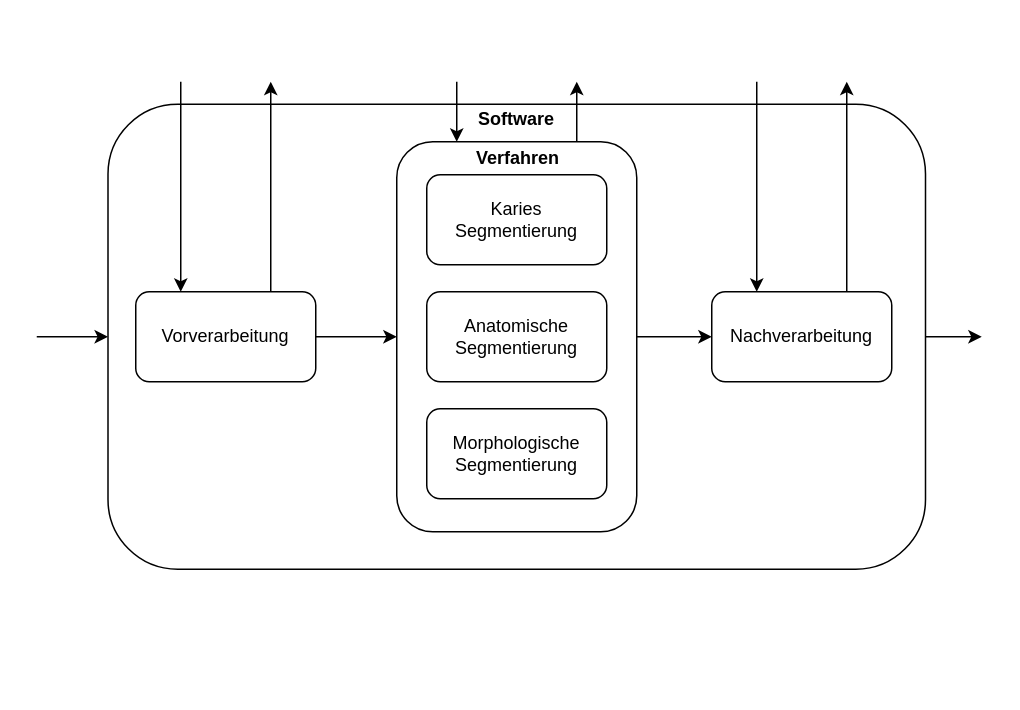
This is page "Bearbeitungsstruktur" (6 of 7) of diagrams/3d_slicer_extension-3-3.drawio from lukaskonietzka/abschlussarbeit, a draw.io file, before an edit. Source tidied: cells renumbered, new cells numbered last; positions are measured from the earlier drawing's top-left corner, leaving out a move shared by most shapes. Both pictures are drawn from the tidied source at 150%, with x=0, y=0 at pixel (36, 81).
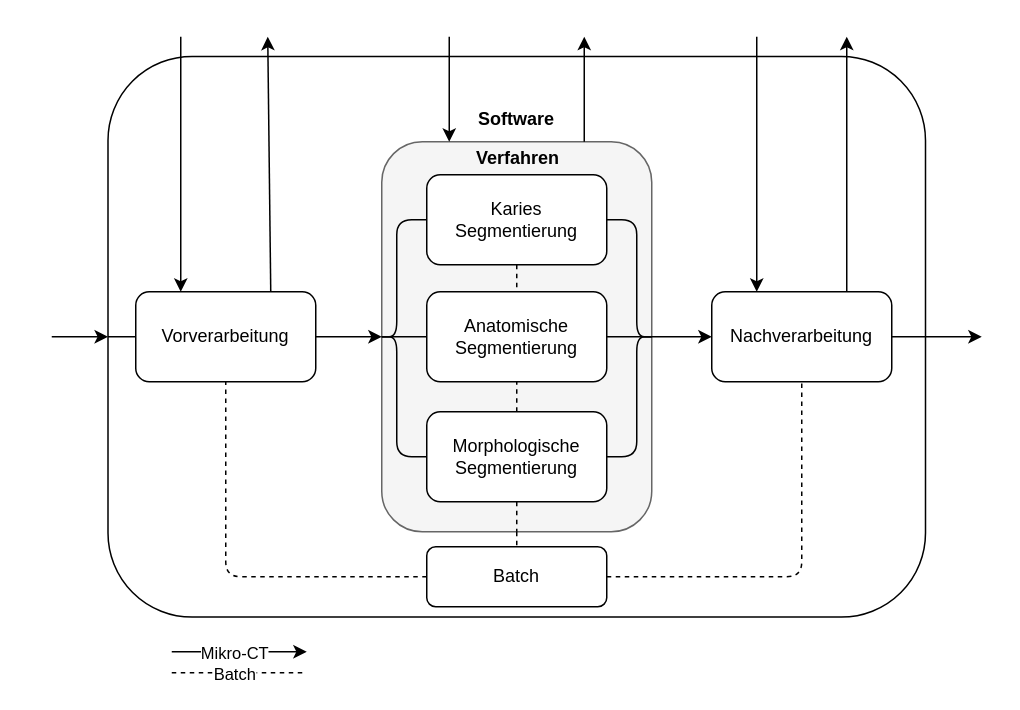
The same page after the edit.

Unchanged cells that the change refers to:
```xml
<mxCell id="4" value="Vorverarbeitung" style="rounded=1;whiteSpace=wrap;html=1;" parent="1" vertex="1">
  <mxGeometry x="66" y="140" width="120" height="60" as="geometry" />
</mxCell>
<mxCell id="5" value="Anatomische Segmentierung" style="rounded=1;whiteSpace=wrap;html=1;" parent="1" vertex="1">
  <mxGeometry x="260" y="140" width="120" height="60" as="geometry" />
</mxCell>
<mxCell id="6" value="Nachverarbeitung" style="rounded=1;whiteSpace=wrap;html=1;" parent="1" vertex="1">
  <mxGeometry x="450" y="140" width="120" height="60" as="geometry" />
</mxCell>
<mxCell id="7" value="Karies Segmentierung" style="rounded=1;whiteSpace=wrap;html=1;" parent="1" vertex="1">
  <mxGeometry x="260" y="62" width="120" height="60" as="geometry" />
</mxCell>
```

The edit, as a diff of the source:
```diff
@@
     <mxCell id="2" style="rounded=1;whiteSpace=wrap;html=1;" parent="1" vertex="1">
-      <mxGeometry x="47.5" y="15" width="545" height="310" as="geometry" />
+      <mxGeometry x="47.5" y="-16.9" width="545" height="373.8" as="geometry" />
     </mxCell>
-    <mxCell id="3" style="rounded=1;whiteSpace=wrap;html=1;" parent="1" vertex="1">
-      <mxGeometry x="240" y="40" width="160" height="260" as="geometry" />
+    <mxCell id="3" style="rounded=1;whiteSpace=wrap;html=1;fillColor=#f5f5f5;strokeColor=#666666;fontColor=#333333;" parent="1" vertex="1">
+      <mxGeometry x="230" y="40" width="180" height="260" as="geometry" />
     </mxCell>
@@
     <mxCell id="8" value="Morphologische Segmentierung" style="rounded=1;whiteSpace=wrap;html=1;" parent="1" vertex="1">
-      <mxGeometry x="260" y="218" width="120" height="60" as="geometry" />
+      <mxGeometry x="260" y="220" width="120" height="60" as="geometry" />
     </mxCell>
@@
     <mxCell id="13" style="endArrow=classic;html=1;entryX=0.25;entryY=0;entryDx=0;entryDy=0;" parent="1" edge="1" target="4">
       <mxGeometry relative="1" as="geometry">
-        <mxPoint x="96" as="sourcePoint" />
+        <mxPoint x="96" y="-30" as="sourcePoint" />
       </mxGeometry>
     </mxCell>
     <mxCell id="14" style="endArrow=classic;html=1;exitX=0.75;exitY=0;exitDx=0;exitDy=0;" parent="1" edge="1" source="4">
       <mxGeometry relative="1" as="geometry">
-        <mxPoint x="156" as="targetPoint" />
+        <mxPoint x="154" y="-30" as="targetPoint" />
       </mxGeometry>
     </mxCell>
     <mxCell id="15" style="endArrow=classic;html=1;entryX=0.25;entryY=0;entryDx=0;entryDy=0;" parent="1" edge="1" target="3">
       <mxGeometry relative="1" as="geometry">
-        <mxPoint x="280" as="sourcePoint" />
+        <mxPoint x="275" y="-30" as="sourcePoint" />
       </mxGeometry>
     </mxCell>
     <mxCell id="16" style="endArrow=classic;html=1;exitX=0.75;exitY=0;exitDx=0;exitDy=0;" parent="1" edge="1" source="3">
       <mxGeometry relative="1" as="geometry">
-        <mxPoint x="360" as="targetPoint" />
+        <mxPoint x="365" y="-30" as="targetPoint" />
       </mxGeometry>
     </mxCell>
     <mxCell id="17" style="endArrow=classic;html=1;entryX=0.25;entryY=0;entryDx=0;entryDy=0;" parent="1" edge="1" target="6">
       <mxGeometry relative="1" as="geometry">
-        <mxPoint x="480" as="sourcePoint" />
+        <mxPoint x="480" y="-30" as="sourcePoint" />
       </mxGeometry>
     </mxCell>
     <mxCell id="18" style="endArrow=classic;html=1;exitX=0.75;exitY=0;exitDx=0;exitDy=0;" parent="1" edge="1" source="6">
       <mxGeometry relative="1" as="geometry">
-        <mxPoint x="540" as="targetPoint" />
+        <mxPoint x="540" y="-30" as="targetPoint" />
       </mxGeometry>
     </mxCell>
-    <mxCell id="19" style="endArrow=classic;html=1;entryX=0;entryY=0.5;entryDx=0;entryDy=0;" parent="1" edge="1" target="2">
-      <mxGeometry relative="1" as="geometry">
-        <mxPoint y="170" as="sourcePoint" />
-      </mxGeometry>
-    </mxCell>
-    <mxCell id="20" style="endArrow=classic;html=1;exitX=1;exitY=0.5;exitDx=0;exitDy=0;" parent="1" edge="1" source="2">
-      <mxGeometry relative="1" as="geometry">
-        <mxPoint x="630" y="170" as="targetPoint" />
-      </mxGeometry>
-    </mxCell>
+    <mxCell id="21" value="Batch" style="rounded=1;whiteSpace=wrap;html=1;" parent="1" vertex="1">
+      <mxGeometry x="260" y="310" width="120" height="40" as="geometry" />
+    </mxCell>
+    <mxCell id="22" style="endArrow=none;html=1;entryX=0.5;entryY=1;entryDx=0;entryDy=0;exitX=0;exitY=0.5;exitDx=0;exitDy=0;dashed=1;" parent="1" edge="1" source="21" target="4">
+      <mxGeometry relative="1" as="geometry">
+        <Array as="points">
+          <mxPoint x="126" y="330" />
+        </Array>
+      </mxGeometry>
+    </mxCell>
+    <mxCell id="23" style="endArrow=none;html=1;entryX=0.5;entryY=1;entryDx=0;entryDy=0;exitX=1;exitY=0.5;exitDx=0;exitDy=0;dashed=1;" parent="1" edge="1" source="21" target="6">
+      <mxGeometry relative="1" as="geometry">
+        <Array as="points">
+          <mxPoint x="510" y="330" />
+        </Array>
+      </mxGeometry>
+    </mxCell>
+    <mxCell id="24" style="endArrow=none;html=1;exitX=0.5;exitY=1;exitDx=0;exitDy=0;entryX=0.5;entryY=0;entryDx=0;entryDy=0;dashed=1;" parent="1" edge="1" source="3" target="21">
+      <mxGeometry relative="1" as="geometry" />
+    </mxCell>
+    <mxCell id="25" style="endArrow=none;html=1;exitX=0;exitY=0.5;exitDx=0;exitDy=0;entryX=0;entryY=0.5;entryDx=0;entryDy=0;" parent="1" edge="1" source="3" target="7">
+      <mxGeometry relative="1" as="geometry">
+        <Array as="points">
+          <mxPoint x="240" y="170" />
+          <mxPoint x="240" y="92" />
+        </Array>
+      </mxGeometry>
+    </mxCell>
+    <mxCell id="26" style="endArrow=none;html=1;entryX=0;entryY=0.5;entryDx=0;entryDy=0;exitX=0;exitY=0.5;exitDx=0;exitDy=0;" parent="1" edge="1" source="3" target="8">
+      <mxGeometry relative="1" as="geometry">
+        <Array as="points">
+          <mxPoint x="240" y="170" />
+          <mxPoint x="240" y="250" />
+        </Array>
+      </mxGeometry>
+    </mxCell>
+    <mxCell id="27" style="endArrow=none;html=1;entryX=0;entryY=0.5;entryDx=0;entryDy=0;exitX=0;exitY=0.5;exitDx=0;exitDy=0;" parent="1" edge="1" source="5" target="3">
+      <mxGeometry relative="1" as="geometry" />
+    </mxCell>
+    <mxCell id="28" style="endArrow=none;html=1;entryX=1;entryY=0.5;entryDx=0;entryDy=0;exitX=1;exitY=0.5;exitDx=0;exitDy=0;" parent="1" edge="1" source="7" target="3">
+      <mxGeometry relative="1" as="geometry">
+        <Array as="points">
+          <mxPoint x="400" y="92" />
+          <mxPoint x="400" y="170" />
+        </Array>
+      </mxGeometry>
+    </mxCell>
+    <mxCell id="29" style="endArrow=none;html=1;entryX=1;entryY=0.5;entryDx=0;entryDy=0;exitX=1;exitY=0.5;exitDx=0;exitDy=0;" parent="1" edge="1" source="8" target="3">
+      <mxGeometry relative="1" as="geometry">
+        <Array as="points">
+          <mxPoint x="400" y="250" />
+          <mxPoint x="400" y="170" />
+        </Array>
+      </mxGeometry>
+    </mxCell>
+    <mxCell id="30" style="endArrow=none;html=1;entryX=1;entryY=0.5;entryDx=0;entryDy=0;exitX=1;exitY=0.5;exitDx=0;exitDy=0;" parent="1" edge="1" source="5" target="3">
+      <mxGeometry relative="1" as="geometry" />
+    </mxCell>
+    <mxCell id="31" style="endArrow=classic;html=1;" parent="1" edge="1">
+      <mxGeometry relative="1" as="geometry">
+        <mxPoint x="90" y="380" as="sourcePoint" />
+        <mxPoint x="180" y="380" as="targetPoint" />
+      </mxGeometry>
+    </mxCell>
+    <mxCell id="32" value="Mikro-CT" style="edgeLabel;html=1;align=center;verticalAlign=middle;" parent="31" vertex="1">
+      <mxGeometry x="-0.1" y="2" relative="1" as="geometry">
+        <mxPoint y="2" as="offset" />
+      </mxGeometry>
+    </mxCell>
+    <mxCell id="33" style="endArrow=none;html=1;entryX=0.5;entryY=1;entryDx=0;entryDy=0;exitX=0.5;exitY=1;exitDx=0;exitDy=0;dashed=1;" parent="1" edge="1" source="8" target="3">
+      <mxGeometry relative="1" as="geometry" />
+    </mxCell>
+    <mxCell id="34" style="endArrow=none;html=1;entryX=0.5;entryY=1;entryDx=0;entryDy=0;exitX=0.5;exitY=0;exitDx=0;exitDy=0;dashed=1;" parent="1" edge="1" source="8" target="5">
+      <mxGeometry relative="1" as="geometry" />
+    </mxCell>
+    <mxCell id="35" style="endArrow=none;html=1;entryX=0.5;entryY=0;entryDx=0;entryDy=0;exitX=0.5;exitY=1;exitDx=0;exitDy=0;dashed=1;" parent="1" edge="1" source="7" target="5">
+      <mxGeometry relative="1" as="geometry" />
+    </mxCell>
+    <mxCell id="36" style="endArrow=none;html=1;dashed=1;" parent="1" edge="1">
+      <mxGeometry relative="1" as="geometry">
+        <mxPoint x="90" y="394" as="sourcePoint" />
+        <mxPoint x="180" y="394" as="targetPoint" />
+      </mxGeometry>
+    </mxCell>
+    <mxCell id="37" value="Batch" style="edgeLabel;html=1;align=center;verticalAlign=middle;" parent="36" vertex="1">
+      <mxGeometry x="-0.2" relative="1" as="geometry">
+        <mxPoint x="5" as="offset" />
+      </mxGeometry>
+    </mxCell>
+    <mxCell id="38" style="endArrow=classic;html=1;entryX=0;entryY=0.5;entryDx=0;entryDy=0;" parent="1" edge="1" target="2">
+      <mxGeometry relative="1" as="geometry">
+        <mxPoint x="10" y="170" as="sourcePoint" />
+      </mxGeometry>
+    </mxCell>
+    <mxCell id="39" style="endArrow=none;html=1;entryX=0;entryY=0.5;entryDx=0;entryDy=0;exitX=0;exitY=0.5;exitDx=0;exitDy=0;" parent="1" edge="1" source="2" target="4">
+      <mxGeometry relative="1" as="geometry" />
+    </mxCell>
+    <mxCell id="40" style="endArrow=none;html=1;exitX=1;exitY=0.5;exitDx=0;exitDy=0;entryX=1;entryY=0.5;entryDx=0;entryDy=0;" parent="1" edge="1" source="6" target="2">
+      <mxGeometry relative="1" as="geometry" />
+    </mxCell>
+    <mxCell id="41" style="endArrow=classic;html=1;exitX=1;exitY=0.5;exitDx=0;exitDy=0;" parent="1" edge="1" source="2">
+      <mxGeometry relative="1" as="geometry">
+        <mxPoint x="630" y="170" as="targetPoint" />
+      </mxGeometry>
+    </mxCell>
```
